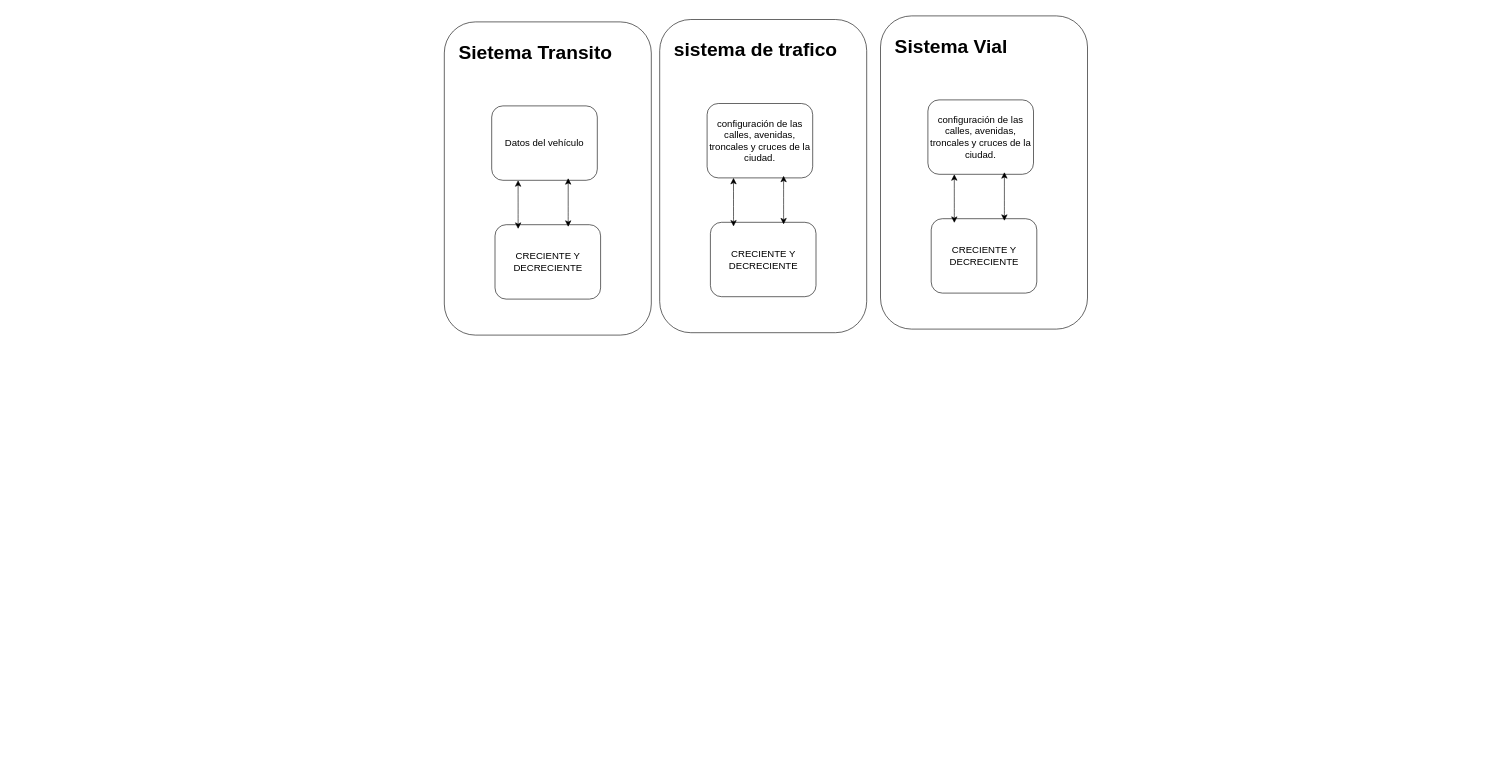
Above: Q4.drawio in EstebanGitPro/AdminFinanazas (draw.io), before the change. Source tidied: cells renumbered, new cells numbered last; positions are measured from the earlier drawing's top-left corner, leaving out a move shared by most shapes. Both pictures are drawn from the tidied source at 60%, with x=0, y=0 at pixel (444, 16).
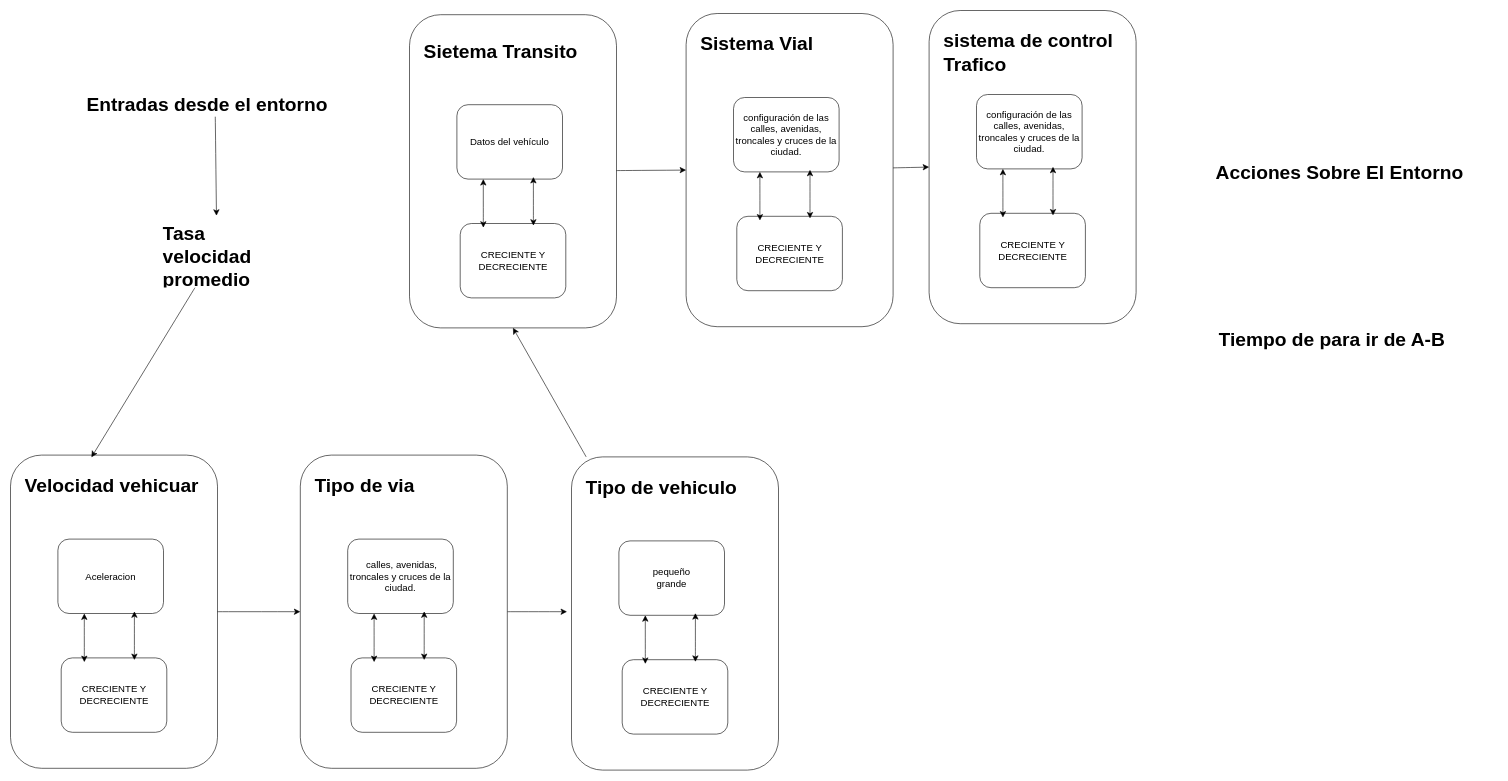
The same page after the edit.

What changed in the source:
```diff
@@
+    <mxCell id="20" style="group;" parent="1" vertex="1">
+      <mxGeometry x="-723" y="732" width="345" height="522" as="geometry" />
+    </mxCell>
+    <mxCell id="21" style="rounded=1;whiteSpace=wrap;html=1;fontSize=16;" parent="20" vertex="1">
+      <mxGeometry width="345" height="522" as="geometry" />
+    </mxCell>
+    <mxCell id="22" value="Aceleracion" style="rounded=1;whiteSpace=wrap;html=1;fontSize=16;" parent="20" vertex="1">
+      <mxGeometry x="79" y="140" width="176" height="124" as="geometry" />
+    </mxCell>
+    <mxCell id="23" value="CRECIENTE Y DECRECIENTE" style="rounded=1;whiteSpace=wrap;html=1;fontSize=16;" parent="20" vertex="1">
+      <mxGeometry x="84.5" y="338" width="176" height="124" as="geometry" />
+    </mxCell>
+    <mxCell id="24" style="endArrow=classic;startArrow=classic;html=1;rounded=0;fontSize=12;startSize=8;endSize=8;curved=1;entryX=0.25;entryY=1;entryDx=0;entryDy=0;exitX=0.219;exitY=0.056;exitDx=0;exitDy=0;exitPerimeter=0;" parent="20" edge="1" source="23" target="22">
+      <mxGeometry relative="1" as="geometry" />
+    </mxCell>
+    <mxCell id="25" style="endArrow=classic;startArrow=classic;html=1;rounded=0;fontSize=12;startSize=8;endSize=8;curved=1;entryX=0.25;entryY=1;entryDx=0;entryDy=0;exitX=0.219;exitY=0.056;exitDx=0;exitDy=0;exitPerimeter=0;" parent="20" edge="1">
+      <mxGeometry relative="1" as="geometry">
+        <mxPoint x="206.5" y="341.5" as="sourcePoint" />
+        <mxPoint x="206.5" y="260.5" as="targetPoint" />
+      </mxGeometry>
+    </mxCell>
+    <mxCell id="26" value="&lt;h1&gt;Velocidad vehicuar&lt;/h1&gt;" style="text;html=1;strokeColor=none;fillColor=none;spacing=5;spacingTop=-20;whiteSpace=wrap;overflow=hidden;rounded=0;fontSize=16;" parent="20" vertex="1">
+      <mxGeometry x="18.5" y="21" width="319.5" height="86" as="geometry" />
+    </mxCell>
+    <mxCell id="27" style="group;" parent="1" vertex="1">
+      <mxGeometry x="-58" y="-2" width="345" height="522" as="geometry" />
+    </mxCell>
-    <mxCell id="2" style="rounded=1;whiteSpace=wrap;html=1;fontSize=16;" parent="1" vertex="1">
-      <mxGeometry y="10" width="345" height="522" as="geometry" />
+    <mxCell id="2" style="rounded=1;whiteSpace=wrap;html=1;fontSize=16;" parent="27" vertex="1">
+      <mxGeometry width="345" height="522" as="geometry" />
     </mxCell>
-    <mxCell id="3" value="Datos del vehículo" style="rounded=1;whiteSpace=wrap;html=1;fontSize=16;" parent="1" vertex="1">
+    <mxCell id="3" value="Datos del vehículo" style="rounded=1;whiteSpace=wrap;html=1;fontSize=16;" parent="27" vertex="1">
       <mxGeometry x="79" y="150" width="176" height="124" as="geometry" />
     </mxCell>
-    <mxCell id="4" value="CRECIENTE Y DECRECIENTE" style="rounded=1;whiteSpace=wrap;html=1;fontSize=16;" parent="1" vertex="1">
+    <mxCell id="4" value="CRECIENTE Y DECRECIENTE" style="rounded=1;whiteSpace=wrap;html=1;fontSize=16;" parent="27" vertex="1">
       <mxGeometry x="84.5" y="348" width="176" height="124" as="geometry" />
     </mxCell>
-    <mxCell id="5" style="endArrow=classic;startArrow=classic;html=1;rounded=0;fontSize=12;startSize=8;endSize=8;curved=1;entryX=0.25;entryY=1;entryDx=0;entryDy=0;exitX=0.219;exitY=0.056;exitDx=0;exitDy=0;exitPerimeter=0;" parent="1" edge="1" source="4" target="3">
+    <mxCell id="5" style="endArrow=classic;startArrow=classic;html=1;rounded=0;fontSize=12;startSize=8;endSize=8;curved=1;entryX=0.25;entryY=1;entryDx=0;entryDy=0;exitX=0.219;exitY=0.056;exitDx=0;exitDy=0;exitPerimeter=0;" parent="27" edge="1" source="4" target="3">
       <mxGeometry relative="1" as="geometry" />
     </mxCell>
-    <mxCell id="6" style="endArrow=classic;startArrow=classic;html=1;rounded=0;fontSize=12;startSize=8;endSize=8;curved=1;entryX=0.25;entryY=1;entryDx=0;entryDy=0;exitX=0.219;exitY=0.056;exitDx=0;exitDy=0;exitPerimeter=0;" parent="1" edge="1">
+    <mxCell id="6" style="endArrow=classic;startArrow=classic;html=1;rounded=0;fontSize=12;startSize=8;endSize=8;curved=1;entryX=0.25;entryY=1;entryDx=0;entryDy=0;exitX=0.219;exitY=0.056;exitDx=0;exitDy=0;exitPerimeter=0;" parent="27" edge="1">
       <mxGeometry relative="1" as="geometry">
         <mxPoint x="206.5" y="351.5" as="sourcePoint" />
         <mxPoint x="206.5" y="270.5" as="targetPoint" />
       </mxGeometry>
     </mxCell>
-    <mxCell id="7" value="&lt;h1&gt;Sietema Transito&lt;/h1&gt;" style="text;html=1;strokeColor=none;fillColor=none;spacing=5;spacingTop=-20;whiteSpace=wrap;overflow=hidden;rounded=0;fontSize=16;" parent="1" vertex="1">
+    <mxCell id="7" value="&lt;h1&gt;Sietema Transito&lt;/h1&gt;" style="text;html=1;strokeColor=none;fillColor=none;spacing=5;spacingTop=-20;whiteSpace=wrap;overflow=hidden;rounded=0;fontSize=16;" parent="27" vertex="1">
       <mxGeometry x="18.5" y="31" width="319.5" height="86" as="geometry" />
     </mxCell>
+    <mxCell id="28" style="group;" parent="1" vertex="1">
+      <mxGeometry x="808" y="-9" width="345" height="522" as="geometry" />
+    </mxCell>
-    <mxCell id="8" style="rounded=1;whiteSpace=wrap;html=1;fontSize=16;" parent="1" vertex="1">
-      <mxGeometry x="359" y="6" width="345" height="522" as="geometry" />
+    <mxCell id="8" style="rounded=1;whiteSpace=wrap;html=1;fontSize=16;" parent="28" vertex="1">
+      <mxGeometry width="345" height="522" as="geometry" />
     </mxCell>
-    <mxCell id="9" value="configuración de las calles, avenidas, troncales y cruces de la ciudad." style="rounded=1;whiteSpace=wrap;html=1;fontSize=16;" parent="1" vertex="1">
-      <mxGeometry x="438" y="146" width="176" height="124" as="geometry" />
+    <mxCell id="9" value="configuración de las calles, avenidas, troncales y cruces de la ciudad." style="rounded=1;whiteSpace=wrap;html=1;fontSize=16;" parent="28" vertex="1">
+      <mxGeometry x="79" y="140" width="176" height="124" as="geometry" />
     </mxCell>
-    <mxCell id="10" value="CRECIENTE Y DECRECIENTE" style="rounded=1;whiteSpace=wrap;html=1;fontSize=16;" parent="1" vertex="1">
-      <mxGeometry x="443.5" y="344" width="176" height="124" as="geometry" />
+    <mxCell id="10" value="CRECIENTE Y DECRECIENTE" style="rounded=1;whiteSpace=wrap;html=1;fontSize=16;" parent="28" vertex="1">
+      <mxGeometry x="84.5" y="338" width="176" height="124" as="geometry" />
     </mxCell>
-    <mxCell id="11" style="endArrow=classic;startArrow=classic;html=1;rounded=0;fontSize=12;startSize=8;endSize=8;curved=1;entryX=0.25;entryY=1;entryDx=0;entryDy=0;exitX=0.219;exitY=0.056;exitDx=0;exitDy=0;exitPerimeter=0;" parent="1" edge="1" source="10" target="9">
+    <mxCell id="11" style="endArrow=classic;startArrow=classic;html=1;rounded=0;fontSize=12;startSize=8;endSize=8;curved=1;entryX=0.25;entryY=1;entryDx=0;entryDy=0;exitX=0.219;exitY=0.056;exitDx=0;exitDy=0;exitPerimeter=0;" parent="28" edge="1" source="10" target="9">
       <mxGeometry relative="1" as="geometry" />
     </mxCell>
-    <mxCell id="12" style="endArrow=classic;startArrow=classic;html=1;rounded=0;fontSize=12;startSize=8;endSize=8;curved=1;entryX=0.25;entryY=1;entryDx=0;entryDy=0;exitX=0.219;exitY=0.056;exitDx=0;exitDy=0;exitPerimeter=0;" parent="1" edge="1">
+    <mxCell id="12" style="endArrow=classic;startArrow=classic;html=1;rounded=0;fontSize=12;startSize=8;endSize=8;curved=1;entryX=0.25;entryY=1;entryDx=0;entryDy=0;exitX=0.219;exitY=0.056;exitDx=0;exitDy=0;exitPerimeter=0;" parent="28" edge="1">
       <mxGeometry relative="1" as="geometry">
-        <mxPoint x="565.5" y="347.5" as="sourcePoint" />
-        <mxPoint x="565.5" y="266.5" as="targetPoint" />
+        <mxPoint x="206.5" y="341.5" as="sourcePoint" />
+        <mxPoint x="206.5" y="260.5" as="targetPoint" />
       </mxGeometry>
     </mxCell>
-    <mxCell id="13" value="&lt;h1&gt;sistema de trafico&lt;/h1&gt;" style="text;html=1;strokeColor=none;fillColor=none;spacing=5;spacingTop=-20;whiteSpace=wrap;overflow=hidden;rounded=0;fontSize=16;" parent="1" vertex="1">
-      <mxGeometry x="377.5" y="27" width="280.5" height="63" as="geometry" />
+    <mxCell id="13" value="&lt;h1&gt;sistema de control Trafico&lt;/h1&gt;" style="text;html=1;strokeColor=none;fillColor=none;spacing=5;spacingTop=-20;whiteSpace=wrap;overflow=hidden;rounded=0;fontSize=16;" parent="28" vertex="1">
+      <mxGeometry x="18.5" y="21" width="304.5" height="92" as="geometry" />
     </mxCell>
+    <mxCell id="29" style="group;" parent="1" vertex="1">
+      <mxGeometry x="403" y="-4" width="345" height="522" as="geometry" />
+    </mxCell>
-    <mxCell id="14" style="rounded=1;whiteSpace=wrap;html=1;fontSize=16;" parent="1" vertex="1">
-      <mxGeometry x="727" width="345" height="522" as="geometry" />
+    <mxCell id="14" style="rounded=1;whiteSpace=wrap;html=1;fontSize=16;" parent="29" vertex="1">
+      <mxGeometry width="345" height="522" as="geometry" />
     </mxCell>
-    <mxCell id="15" value="configuración de las calles, avenidas, troncales y cruces de la ciudad." style="rounded=1;whiteSpace=wrap;html=1;fontSize=16;" parent="1" vertex="1">
-      <mxGeometry x="806" y="140" width="176" height="124" as="geometry" />
+    <mxCell id="15" value="configuración de las calles, avenidas, troncales y cruces de la ciudad." style="rounded=1;whiteSpace=wrap;html=1;fontSize=16;" parent="29" vertex="1">
+      <mxGeometry x="79" y="140" width="176" height="124" as="geometry" />
     </mxCell>
-    <mxCell id="16" value="CRECIENTE Y DECRECIENTE" style="rounded=1;whiteSpace=wrap;html=1;fontSize=16;" parent="1" vertex="1">
-      <mxGeometry x="811.5" y="338" width="176" height="124" as="geometry" />
+    <mxCell id="16" value="CRECIENTE Y DECRECIENTE" style="rounded=1;whiteSpace=wrap;html=1;fontSize=16;" parent="29" vertex="1">
+      <mxGeometry x="84.5" y="338" width="176" height="124" as="geometry" />
     </mxCell>
-    <mxCell id="17" style="endArrow=classic;startArrow=classic;html=1;rounded=0;fontSize=12;startSize=8;endSize=8;curved=1;entryX=0.25;entryY=1;entryDx=0;entryDy=0;exitX=0.219;exitY=0.056;exitDx=0;exitDy=0;exitPerimeter=0;" parent="1" edge="1" source="16" target="15">
+    <mxCell id="17" style="endArrow=classic;startArrow=classic;html=1;rounded=0;fontSize=12;startSize=8;endSize=8;curved=1;entryX=0.25;entryY=1;entryDx=0;entryDy=0;exitX=0.219;exitY=0.056;exitDx=0;exitDy=0;exitPerimeter=0;" parent="29" edge="1" source="16" target="15">
       <mxGeometry relative="1" as="geometry" />
     </mxCell>
-    <mxCell id="18" style="endArrow=classic;startArrow=classic;html=1;rounded=0;fontSize=12;startSize=8;endSize=8;curved=1;entryX=0.25;entryY=1;entryDx=0;entryDy=0;exitX=0.219;exitY=0.056;exitDx=0;exitDy=0;exitPerimeter=0;" parent="1" edge="1">
+    <mxCell id="18" style="endArrow=classic;startArrow=classic;html=1;rounded=0;fontSize=12;startSize=8;endSize=8;curved=1;entryX=0.25;entryY=1;entryDx=0;entryDy=0;exitX=0.219;exitY=0.056;exitDx=0;exitDy=0;exitPerimeter=0;" parent="29" edge="1">
       <mxGeometry relative="1" as="geometry">
-        <mxPoint x="933.5" y="341.5" as="sourcePoint" />
-        <mxPoint x="933.5" y="260.5" as="targetPoint" />
+        <mxPoint x="206.5" y="341.5" as="sourcePoint" />
+        <mxPoint x="206.5" y="260.5" as="targetPoint" />
       </mxGeometry>
     </mxCell>
-    <mxCell id="19" value="&lt;h1&gt;Sistema Vial&lt;/h1&gt;" style="text;html=1;strokeColor=none;fillColor=none;spacing=5;spacingTop=-20;whiteSpace=wrap;overflow=hidden;rounded=0;fontSize=16;" parent="1" vertex="1">
-      <mxGeometry x="745.5" y="21" width="319.5" height="86" as="geometry" />
+    <mxCell id="19" value="&lt;h1&gt;Sistema Vial&lt;/h1&gt;" style="text;html=1;strokeColor=none;fillColor=none;spacing=5;spacingTop=-20;whiteSpace=wrap;overflow=hidden;rounded=0;fontSize=16;" parent="29" vertex="1">
+      <mxGeometry x="18.5" y="21" width="319.5" height="86" as="geometry" />
     </mxCell>
+    <mxCell id="30" style="group;" parent="1" vertex="1">
+      <mxGeometry x="-240" y="732" width="345" height="522" as="geometry" />
+    </mxCell>
+    <mxCell id="31" style="edgeStyle=none;curved=1;rounded=0;jettySize=auto;html=1;fontSize=12;startSize=8;endSize=8;" parent="30" edge="1" source="32">
+      <mxGeometry relative="1" as="geometry">
+        <mxPoint x="444.5" y="261" as="targetPoint" />
+      </mxGeometry>
+    </mxCell>
+    <mxCell id="32" style="rounded=1;whiteSpace=wrap;html=1;fontSize=16;" parent="30" vertex="1">
+      <mxGeometry width="345" height="522" as="geometry" />
+    </mxCell>
+    <mxCell id="33" value="&amp;nbsp;calles, avenidas, troncales y cruces de la ciudad." style="rounded=1;whiteSpace=wrap;html=1;fontSize=16;" parent="30" vertex="1">
+      <mxGeometry x="79" y="140" width="176" height="124" as="geometry" />
+    </mxCell>
+    <mxCell id="34" value="CRECIENTE Y DECRECIENTE" style="rounded=1;whiteSpace=wrap;html=1;fontSize=16;" parent="30" vertex="1">
+      <mxGeometry x="84.5" y="338" width="176" height="124" as="geometry" />
+    </mxCell>
+    <mxCell id="35" style="endArrow=classic;startArrow=classic;html=1;rounded=0;fontSize=12;startSize=8;endSize=8;curved=1;entryX=0.25;entryY=1;entryDx=0;entryDy=0;exitX=0.219;exitY=0.056;exitDx=0;exitDy=0;exitPerimeter=0;" parent="30" edge="1" source="34" target="33">
+      <mxGeometry relative="1" as="geometry" />
+    </mxCell>
+    <mxCell id="36" style="endArrow=classic;startArrow=classic;html=1;rounded=0;fontSize=12;startSize=8;endSize=8;curved=1;entryX=0.25;entryY=1;entryDx=0;entryDy=0;exitX=0.219;exitY=0.056;exitDx=0;exitDy=0;exitPerimeter=0;" parent="30" edge="1">
+      <mxGeometry relative="1" as="geometry">
+        <mxPoint x="206.5" y="341.5" as="sourcePoint" />
+        <mxPoint x="206.5" y="260.5" as="targetPoint" />
+      </mxGeometry>
+    </mxCell>
+    <mxCell id="37" value="&lt;h1&gt;Tipo de via&lt;/h1&gt;" style="text;html=1;strokeColor=none;fillColor=none;spacing=5;spacingTop=-20;whiteSpace=wrap;overflow=hidden;rounded=0;fontSize=16;" parent="30" vertex="1">
+      <mxGeometry x="18.5" y="21" width="319.5" height="57" as="geometry" />
+    </mxCell>
+    <mxCell id="38" style="group;" parent="1" vertex="1">
+      <mxGeometry x="212" y="735" width="345" height="522" as="geometry" />
+    </mxCell>
+    <mxCell id="39" style="rounded=1;whiteSpace=wrap;html=1;fontSize=16;" parent="38" vertex="1">
+      <mxGeometry width="345" height="522" as="geometry" />
+    </mxCell>
+    <mxCell id="40" value="pequeño&lt;br&gt;grande" style="rounded=1;whiteSpace=wrap;html=1;fontSize=16;" parent="38" vertex="1">
+      <mxGeometry x="79" y="140" width="176" height="124" as="geometry" />
+    </mxCell>
+    <mxCell id="41" value="CRECIENTE Y DECRECIENTE" style="rounded=1;whiteSpace=wrap;html=1;fontSize=16;" parent="38" vertex="1">
+      <mxGeometry x="84.5" y="338" width="176" height="124" as="geometry" />
+    </mxCell>
+    <mxCell id="42" style="endArrow=classic;startArrow=classic;html=1;rounded=0;fontSize=12;startSize=8;endSize=8;curved=1;entryX=0.25;entryY=1;entryDx=0;entryDy=0;exitX=0.219;exitY=0.056;exitDx=0;exitDy=0;exitPerimeter=0;" parent="38" edge="1" source="41" target="40">
+      <mxGeometry relative="1" as="geometry" />
+    </mxCell>
+    <mxCell id="43" style="endArrow=classic;startArrow=classic;html=1;rounded=0;fontSize=12;startSize=8;endSize=8;curved=1;entryX=0.25;entryY=1;entryDx=0;entryDy=0;exitX=0.219;exitY=0.056;exitDx=0;exitDy=0;exitPerimeter=0;" parent="38" edge="1">
+      <mxGeometry relative="1" as="geometry">
+        <mxPoint x="206.5" y="341.5" as="sourcePoint" />
+        <mxPoint x="206.5" y="260.5" as="targetPoint" />
+      </mxGeometry>
+    </mxCell>
+    <mxCell id="44" value="&lt;h1&gt;Tipo de vehiculo&lt;/h1&gt;" style="text;html=1;strokeColor=none;fillColor=none;spacing=5;spacingTop=-20;whiteSpace=wrap;overflow=hidden;rounded=0;fontSize=16;" parent="38" vertex="1">
+      <mxGeometry x="18.5" y="21" width="319.5" height="57" as="geometry" />
+    </mxCell>
+    <mxCell id="45" value="&lt;h1&gt;Tasa velocidad promedio&lt;/h1&gt;" style="text;html=1;strokeColor=none;fillColor=none;spacing=5;spacingTop=-20;whiteSpace=wrap;overflow=hidden;rounded=0;fontSize=16;" parent="1" vertex="1">
+      <mxGeometry x="-474" y="333" width="190" height="120" as="geometry" />
+    </mxCell>
+    <mxCell id="46" style="edgeStyle=none;curved=1;rounded=0;jettySize=auto;html=1;fontSize=12;startSize=8;endSize=8;" parent="1" edge="1" source="47" target="45">
+      <mxGeometry relative="1" as="geometry" />
+    </mxCell>
+    <mxCell id="47" value="&lt;h1&gt;Entradas desde el entorno&lt;/h1&gt;&lt;div&gt;&lt;br&gt;&lt;/div&gt;" style="text;html=1;strokeColor=none;fillColor=none;spacing=5;spacingTop=-20;whiteSpace=wrap;overflow=hidden;rounded=0;fontSize=16;" parent="1" vertex="1">
+      <mxGeometry x="-601" y="118" width="438" height="50" as="geometry" />
+    </mxCell>
+    <mxCell id="48" value="&lt;h1&gt;Acciones Sobre El Entorno&lt;/h1&gt;" style="text;html=1;strokeColor=none;fillColor=none;spacing=5;spacingTop=-20;whiteSpace=wrap;overflow=hidden;rounded=0;fontSize=16;" parent="1" vertex="1">
+      <mxGeometry x="1281" y="232" width="470" height="46" as="geometry" />
+    </mxCell>
+    <mxCell id="49" value="&lt;h1&gt;Tiempo de para ir de A-B&lt;/h1&gt;" style="text;html=1;strokeColor=none;fillColor=none;spacing=5;spacingTop=-20;whiteSpace=wrap;overflow=hidden;rounded=0;fontSize=16;" parent="1" vertex="1">
+      <mxGeometry x="1286" y="510" width="470" height="46" as="geometry" />
+    </mxCell>
+    <mxCell id="50" style="edgeStyle=none;curved=1;rounded=0;jettySize=auto;html=1;entryX=0.391;entryY=0.007;entryDx=0;entryDy=0;entryPerimeter=0;fontSize=12;startSize=8;endSize=8;" parent="1" edge="1" source="45" target="21">
+      <mxGeometry relative="1" as="geometry" />
+    </mxCell>
+    <mxCell id="51" style="edgeStyle=none;curved=1;rounded=0;jettySize=auto;html=1;entryX=0;entryY=0.5;entryDx=0;entryDy=0;fontSize=12;startSize=8;endSize=8;" parent="1" edge="1" source="21" target="32">
+      <mxGeometry relative="1" as="geometry" />
+    </mxCell>
+    <mxCell id="52" style="edgeStyle=none;curved=1;rounded=0;jettySize=auto;html=1;entryX=0.5;entryY=1;entryDx=0;entryDy=0;fontSize=12;startSize=8;endSize=8;" parent="1" edge="1" source="39" target="2">
+      <mxGeometry relative="1" as="geometry" />
+    </mxCell>
+    <mxCell id="53" style="edgeStyle=none;curved=1;rounded=0;jettySize=auto;html=1;entryX=0;entryY=0.5;entryDx=0;entryDy=0;fontSize=12;startSize=8;endSize=8;" parent="1" edge="1" source="2" target="14">
+      <mxGeometry relative="1" as="geometry" />
+    </mxCell>
+    <mxCell id="54" style="edgeStyle=none;curved=1;rounded=0;jettySize=auto;html=1;entryX=0;entryY=0.5;entryDx=0;entryDy=0;fontSize=12;startSize=8;endSize=8;" parent="1" edge="1" source="14" target="8">
+      <mxGeometry relative="1" as="geometry" />
+    </mxCell>
```
